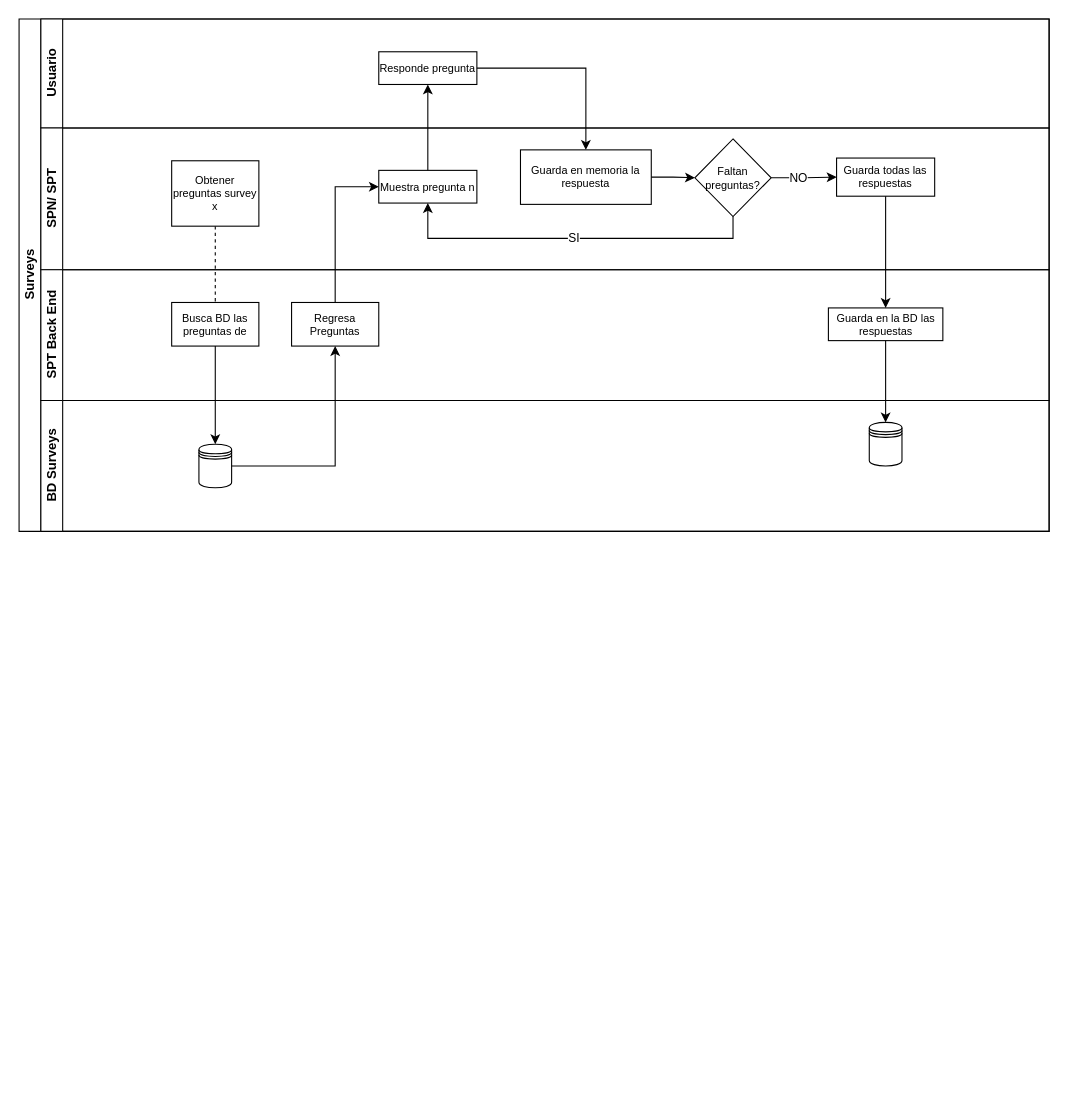
The draw.io diagram Surveys Actual.drawio in marcoluisdf/documentacion, before the edit. Source tidied: cells renumbered, new cells numbered last; positions are measured from the earlier drawing's top-left corner, leaving out a move shared by most shapes. Both pictures are drawn from the tidied source at 109%, with x=0, y=0 at pixel (19, 19).
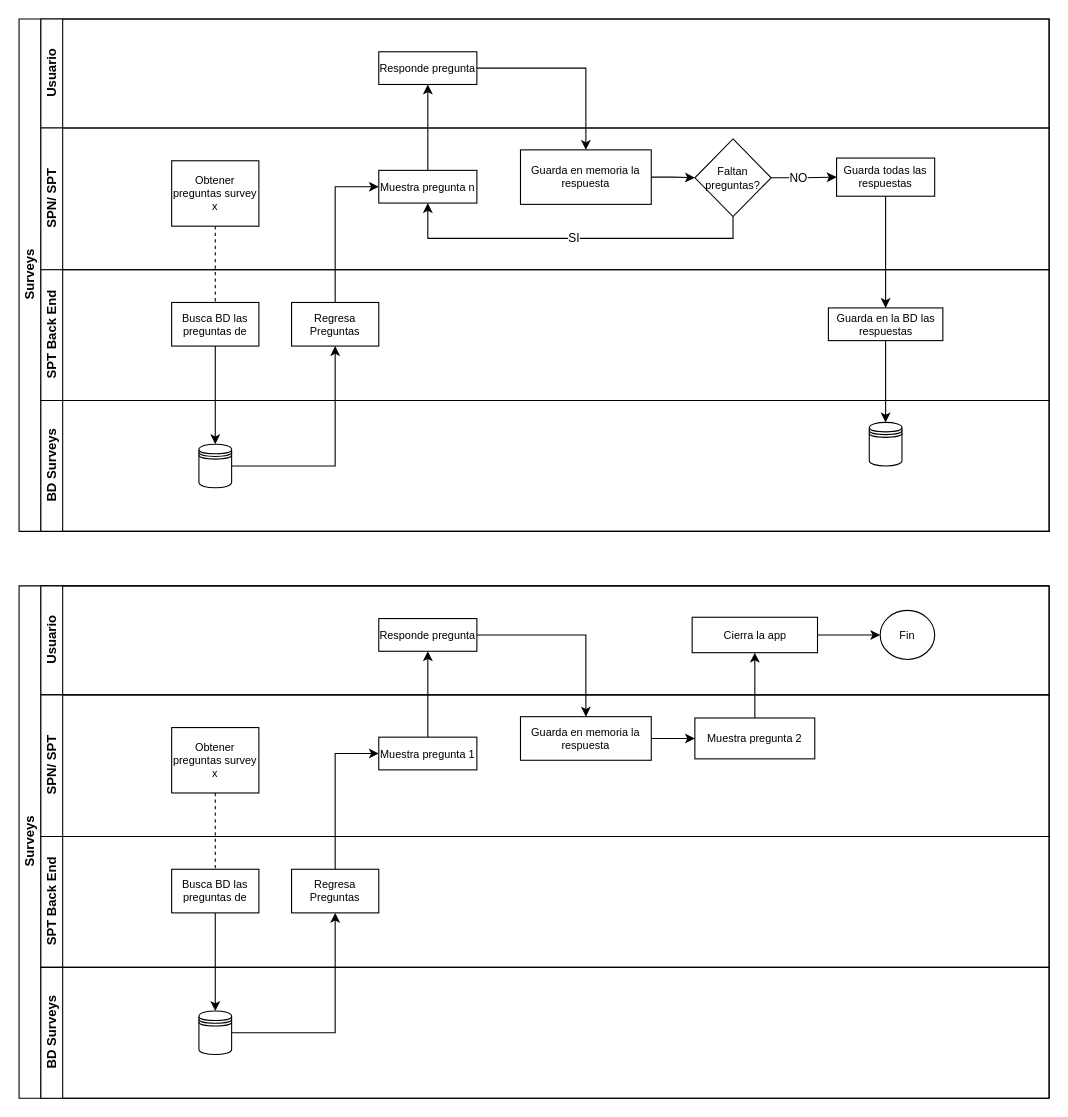
After the change.

Change to the diagram source:
```diff
@@
+    <mxCell id="30" value="Surveys" style="swimlane;html=1;horizontal=0;startSize=20;" parent="1" vertex="1">
+      <mxGeometry y="520" width="945" height="470" as="geometry" />
+    </mxCell>
+    <mxCell id="31" style="edgeStyle=orthogonalEdgeStyle;rounded=0;jettySize=auto;html=1;dashed=1;endArrow=none;endFill=0;" parent="30" edge="1" source="38" target="44">
+      <mxGeometry relative="1" as="geometry" />
+    </mxCell>
+    <mxCell id="32" value="Usuario" style="swimlane;html=1;startSize=20;horizontal=0;" parent="30" vertex="1">
+      <mxGeometry x="20" width="925" height="100" as="geometry" />
+    </mxCell>
+    <mxCell id="33" value="Responde pregunta" style="whiteSpace=wrap;html=1;fontSize=10;" parent="32" vertex="1">
+      <mxGeometry x="310" y="30" width="90" height="30" as="geometry" />
+    </mxCell>
+    <mxCell id="34" style="edgeStyle=orthogonalEdgeStyle;rounded=0;jettySize=auto;html=1;" parent="32" edge="1" source="35" target="36">
+      <mxGeometry relative="1" as="geometry" />
+    </mxCell>
+    <mxCell id="35" value="Cierra la app" style="whiteSpace=wrap;html=1;fontSize=10;" parent="32" vertex="1">
+      <mxGeometry x="597.5" y="28.8" width="115" height="32.5" as="geometry" />
+    </mxCell>
+    <mxCell id="36" value="Fin" style="ellipse;whiteSpace=wrap;html=1;fontSize=10;" parent="32" vertex="1">
+      <mxGeometry x="770" y="22.5" width="50" height="45" as="geometry" />
+    </mxCell>
+    <mxCell id="37" value="SPN/ SPT" style="swimlane;html=1;startSize=20;horizontal=0;" parent="30" vertex="1">
+      <mxGeometry x="20" y="100" width="925" height="130" as="geometry" />
+    </mxCell>
+    <mxCell id="38" value="Obtener preguntas survey x" style="rounded=0;whiteSpace=wrap;html=1;fontFamily=Helvetica;fontSize=10;fontColor=#000000;align=center;" parent="37" vertex="1">
+      <mxGeometry x="120" y="30" width="80" height="60" as="geometry" />
+    </mxCell>
+    <mxCell id="39" value="Muestra pregunta 1" style="whiteSpace=wrap;html=1;fontSize=10;" parent="37" vertex="1">
+      <mxGeometry x="310" y="38.8" width="90" height="30" as="geometry" />
+    </mxCell>
+    <mxCell id="40" style="edgeStyle=orthogonalEdgeStyle;rounded=0;jettySize=auto;html=1;" parent="37" edge="1" source="41" target="42">
+      <mxGeometry relative="1" as="geometry" />
+    </mxCell>
+    <mxCell id="41" value="Guarda en memoria la respuesta" style="whiteSpace=wrap;html=1;fontSize=10;" parent="37" vertex="1">
+      <mxGeometry x="440" y="20" width="120" height="40" as="geometry" />
+    </mxCell>
+    <mxCell id="42" value="Muestra pregunta 2" style="whiteSpace=wrap;html=1;fontSize=10;" parent="37" vertex="1">
+      <mxGeometry x="600" y="21.2" width="110" height="37.5" as="geometry" />
+    </mxCell>
+    <mxCell id="43" value="SPT Back End" style="swimlane;html=1;startSize=20;horizontal=0;" parent="30" vertex="1">
+      <mxGeometry x="20" y="230" width="925" height="120" as="geometry" />
+    </mxCell>
+    <mxCell id="44" value="Busca BD las preguntas de" style="rounded=0;whiteSpace=wrap;html=1;fontFamily=Helvetica;fontSize=10;fontColor=#000000;align=center;" parent="43" vertex="1">
+      <mxGeometry x="120" y="30" width="80" height="40" as="geometry" />
+    </mxCell>
+    <mxCell id="45" value="Regresa Preguntas" style="whiteSpace=wrap;html=1;fontSize=10;" parent="43" vertex="1">
+      <mxGeometry x="230" y="30" width="80" height="40" as="geometry" />
+    </mxCell>
+    <mxCell id="46" value="BD Surveys" style="swimlane;html=1;startSize=20;horizontal=0;" parent="30" vertex="1">
+      <mxGeometry x="20" y="350" width="925" height="120" as="geometry" />
+    </mxCell>
+    <mxCell id="47" style="shape=datastore;whiteSpace=wrap;html=1;" parent="46" vertex="1">
+      <mxGeometry x="145" y="40" width="30" height="40" as="geometry" />
+    </mxCell>
+    <mxCell id="48" style="edgeStyle=orthogonalEdgeStyle;rounded=0;jettySize=auto;html=1;" parent="30" edge="1" source="44" target="47">
+      <mxGeometry relative="1" as="geometry" />
+    </mxCell>
+    <mxCell id="49" style="edgeStyle=orthogonalEdgeStyle;rounded=0;jettySize=auto;html=1;" parent="30" edge="1" source="47" target="45">
+      <mxGeometry relative="1" as="geometry" />
+    </mxCell>
+    <mxCell id="50" style="edgeStyle=orthogonalEdgeStyle;rounded=0;jettySize=auto;html=1;exitX=0.5;exitY=0;exitDx=0;exitDy=0;entryX=0;entryY=0.5;entryDx=0;entryDy=0;" parent="30" edge="1" source="45" target="39">
+      <mxGeometry relative="1" as="geometry" />
+    </mxCell>
+    <mxCell id="51" style="edgeStyle=orthogonalEdgeStyle;rounded=0;jettySize=auto;html=1;entryX=0.5;entryY=0;entryDx=0;entryDy=0;" parent="30" edge="1" source="33" target="41">
+      <mxGeometry relative="1" as="geometry" />
+    </mxCell>
+    <mxCell id="52" style="edgeStyle=orthogonalEdgeStyle;rounded=0;jettySize=auto;html=1;exitX=0.5;exitY=0;exitDx=0;exitDy=0;entryX=0.5;entryY=1;entryDx=0;entryDy=0;" parent="30" edge="1" source="39" target="33">
+      <mxGeometry relative="1" as="geometry" />
+    </mxCell>
+    <mxCell id="53" style="edgeStyle=orthogonalEdgeStyle;rounded=0;jettySize=auto;html=1;" parent="30" edge="1" source="42" target="35">
+      <mxGeometry relative="1" as="geometry" />
+    </mxCell>
```
